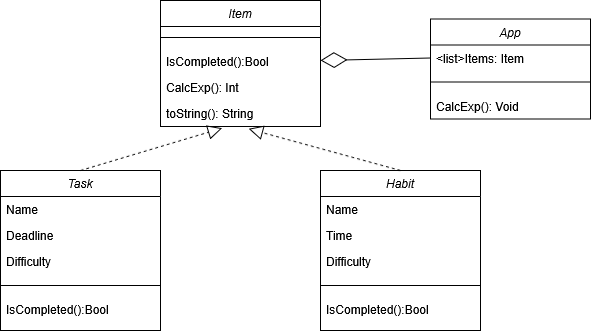
Above: Diagrams/Class_Items.drawio.png in Fabiancipher/Habitra (draw.io), before the change. Source tidied: cells renumbered, new cells last; positions are measured from the earlier drawing's top-left corner, leaving out a move shared by most shapes.
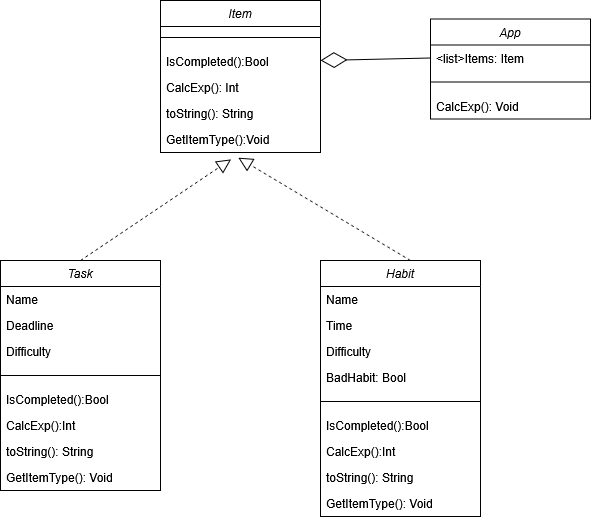
After the change.

What changed in the source:
```diff
@@ -3,7 +3,7 @@
     <mxCell id="0" />
     <mxCell id="1" parent="0" />
     <mxCell id="2" value="Item" style="swimlane;fontStyle=2;align=center;verticalAlign=top;horizontal=1;startSize=26;rounded=0;shadow=0;strokeWidth=1;" parent="1" vertex="1">
-      <mxGeometry x="160" width="160" height="126" as="geometry" />
+      <mxGeometry x="160" width="160" height="152" as="geometry" />
     </mxCell>
     <mxCell id="3" style="line;html=1;strokeWidth=1;align=left;verticalAlign=middle;spacingTop=-1;spacingLeft=3;spacingRight=3;labelPosition=right;" parent="2" vertex="1">
       <mxGeometry y="26" width="160" height="22" as="geometry" />
@@ -17,6 +17,9 @@
     <mxCell id="6" value="toString(): String" style="text;align=left;verticalAlign=top;spacingLeft=4;spacingRight=4;overflow=hidden;points=[[0,0.5],[1,0.5]];portConstraint=eastwest;" parent="2" vertex="1">
       <mxGeometry y="100" width="160" height="26" as="geometry" />
     </mxCell>
+    <mxCell id="26" value="GetItemType():Void" style="text;align=left;verticalAlign=top;spacingLeft=4;spacingRight=4;overflow=hidden;points=[[0,0.5],[1,0.5]];portConstraint=eastwest;" parent="2" vertex="1">
+      <mxGeometry y="126" width="160" height="26" as="geometry" />
+    </mxCell>
     <mxCell id="7" value="App" style="swimlane;fontStyle=2;align=center;verticalAlign=top;horizontal=1;startSize=26;rounded=0;shadow=0;strokeWidth=1;" parent="1" vertex="1">
       <mxGeometry x="430" y="18.5" width="160" height="100" as="geometry" />
     </mxCell>
@@ -30,7 +33,7 @@
       <mxGeometry y="74" width="160" height="26" as="geometry" />
     </mxCell>
     <mxCell id="11" value="Task" style="swimlane;fontStyle=2;align=center;verticalAlign=top;horizontal=1;startSize=26;rounded=0;shadow=0;strokeWidth=1;" parent="1" vertex="1">
-      <mxGeometry y="170" width="160" height="160" as="geometry" />
+      <mxGeometry y="260" width="160" height="230" as="geometry" />
     </mxCell>
     <mxCell id="12" value="Name" style="text;align=left;verticalAlign=top;spacingLeft=4;spacingRight=4;overflow=hidden;" parent="11" vertex="1">
       <mxGeometry y="26" width="160" height="26" as="geometry" />
@@ -47,8 +50,30 @@
     <mxCell id="16" value="IsCompleted():Bool" style="text;align=left;verticalAlign=top;spacingLeft=4;spacingRight=4;overflow=hidden;" parent="11" vertex="1">
       <mxGeometry y="126" width="160" height="26" as="geometry" />
     </mxCell>
+    <mxCell id="27" value="CalcExp():Int" style="text;align=left;verticalAlign=top;spacingLeft=4;spacingRight=4;overflow=hidden;" parent="11" vertex="1">
+      <mxGeometry y="152" width="160" height="26" as="geometry" />
+    </mxCell>
+    <mxCell id="28" value="toString(): String" style="text;align=left;verticalAlign=top;spacingLeft=4;spacingRight=4;overflow=hidden;" parent="11" vertex="1">
+      <mxGeometry y="178" width="160" height="26" as="geometry" />
+    </mxCell>
+    <mxCell id="29" value="GetItemType(): Void" style="text;align=left;verticalAlign=top;spacingLeft=4;spacingRight=4;overflow=hidden;" parent="11" vertex="1">
+      <mxGeometry y="204" width="160" height="26" as="geometry" />
+    </mxCell>
+    <mxCell id="23" style="endArrow=block;dashed=1;endFill=0;endSize=12;html=1;rounded=0;exitX=0.5;exitY=0;exitDx=0;exitDy=0;entryX=0.441;entryY=1.262;entryDx=0;entryDy=0;entryPerimeter=0;" parent="1" edge="1" source="11" target="26">
+      <mxGeometry relative="1" as="geometry" />
+    </mxCell>
+    <mxCell id="24" style="endArrow=block;dashed=1;endFill=0;endSize=12;html=1;rounded=0;exitX=0.5;exitY=0;exitDx=0;exitDy=0;entryX=0.486;entryY=1.2;entryDx=0;entryDy=0;entryPerimeter=0;" parent="1" edge="1" target="26">
+      <mxGeometry relative="1" as="geometry">
+        <mxPoint x="410" y="260" as="sourcePoint" />
+      </mxGeometry>
+    </mxCell>
+    <mxCell id="25" style="endArrow=diamondThin;endFill=0;endSize=24;html=1;rounded=0;exitX=0;exitY=0.5;exitDx=0;exitDy=0;" parent="1" edge="1" source="8">
+      <mxGeometry relative="1" as="geometry">
+        <mxPoint x="320" y="60" as="targetPoint" />
+      </mxGeometry>
+    </mxCell>
     <mxCell id="17" value="Habit" style="swimlane;fontStyle=2;align=center;verticalAlign=top;horizontal=1;startSize=26;rounded=0;shadow=0;strokeWidth=1;" parent="1" vertex="1">
-      <mxGeometry x="320" y="170" width="160" height="160" as="geometry" />
+      <mxGeometry x="320" y="260" width="160" height="256" as="geometry" />
     </mxCell>
     <mxCell id="18" value="Name" style="text;align=left;verticalAlign=top;spacingLeft=4;spacingRight=4;overflow=hidden;" parent="17" vertex="1">
       <mxGeometry y="26" width="160" height="26" as="geometry" />
@@ -59,22 +84,23 @@
     <mxCell id="20" value="Difficulty" style="text;align=left;verticalAlign=top;spacingLeft=4;spacingRight=4;overflow=hidden;" parent="17" vertex="1">
       <mxGeometry y="78" width="160" height="26" as="geometry" />
     </mxCell>
-    <mxCell id="21" style="line;html=1;strokeWidth=1;align=left;verticalAlign=middle;spacingTop=-1;spacingLeft=3;spacingRight=3;labelPosition=right;" parent="17" vertex="1">
-      <mxGeometry y="104" width="160" height="22" as="geometry" />
-    </mxCell>
+    <mxCell id="30" value="BadHabit: Bool" style="text;align=left;verticalAlign=top;spacingLeft=4;spacingRight=4;overflow=hidden;" parent="17" vertex="1">
+      <mxGeometry y="104" width="160" height="26" as="geometry" />
+    </mxCell>
+    <mxCell id="31" style="line;html=1;strokeWidth=1;align=left;verticalAlign=middle;spacingTop=-1;spacingLeft=3;spacingRight=3;labelPosition=right;" parent="17" vertex="1">
+      <mxGeometry y="130" width="160" height="22" as="geometry" />
+    </mxCell>
     <mxCell id="22" value="IsCompleted():Bool" style="text;align=left;verticalAlign=top;spacingLeft=4;spacingRight=4;overflow=hidden;" parent="17" vertex="1">
-      <mxGeometry y="126" width="160" height="26" as="geometry" />
+      <mxGeometry y="152" width="160" height="26" as="geometry" />
     </mxCell>
-    <mxCell id="23" style="endArrow=block;dashed=1;endFill=0;endSize=12;html=1;rounded=0;exitX=0.5;exitY=0;exitDx=0;exitDy=0;entryX=0.386;entryY=1.062;entryDx=0;entryDy=0;entryPerimeter=0;" parent="1" edge="1" source="11" target="6">
-      <mxGeometry relative="1" as="geometry" />
-    </mxCell>
-    <mxCell id="24" style="endArrow=block;dashed=1;endFill=0;endSize=12;html=1;rounded=0;exitX=0.5;exitY=0;exitDx=0;exitDy=0;entryX=0.551;entryY=1.092;entryDx=0;entryDy=0;entryPerimeter=0;" parent="1" edge="1" source="17" target="6">
-      <mxGeometry relative="1" as="geometry" />
-    </mxCell>
-    <mxCell id="25" style="endArrow=diamondThin;endFill=0;endSize=24;html=1;rounded=0;exitX=0;exitY=0.5;exitDx=0;exitDy=0;" parent="1" edge="1" source="8">
-      <mxGeometry relative="1" as="geometry">
-        <mxPoint x="320" y="60" as="targetPoint" />
-      </mxGeometry>
-    </mxCell>
+    <mxCell id="32" value="CalcExp():Int" style="text;align=left;verticalAlign=top;spacingLeft=4;spacingRight=4;overflow=hidden;" parent="17" vertex="1">
+      <mxGeometry y="178" width="160" height="26" as="geometry" />
+    </mxCell>
+    <mxCell id="33" value="toString(): String" style="text;align=left;verticalAlign=top;spacingLeft=4;spacingRight=4;overflow=hidden;" parent="17" vertex="1">
+      <mxGeometry y="204" width="160" height="26" as="geometry" />
+    </mxCell>
+    <mxCell id="34" value="GetItemType(): Void" style="text;align=left;verticalAlign=top;spacingLeft=4;spacingRight=4;overflow=hidden;" parent="17" vertex="1">
+      <mxGeometry y="230" width="160" height="26" as="geometry" />
+    </mxCell>
   </root>
 </mxGraphModel>
```
